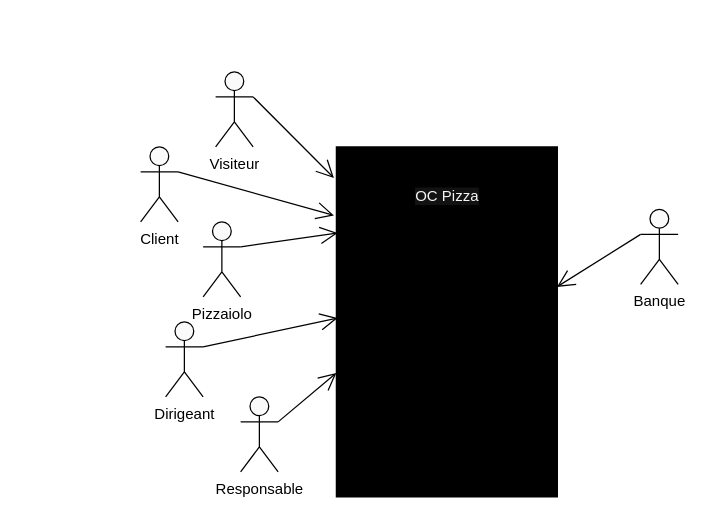
Above: diagrams/context/contextDiagram.drawio in gsagot/oc_p6_ocPizza (draw.io), before the change. Source tidied: cells renumbered, new cells numbered last; positions are measured from the earlier drawing's top-left corner, leaving out a move shared by most shapes. Both pictures are drawn from the tidied source at 125%, with x=0, y=0 at pixel (140, 71).
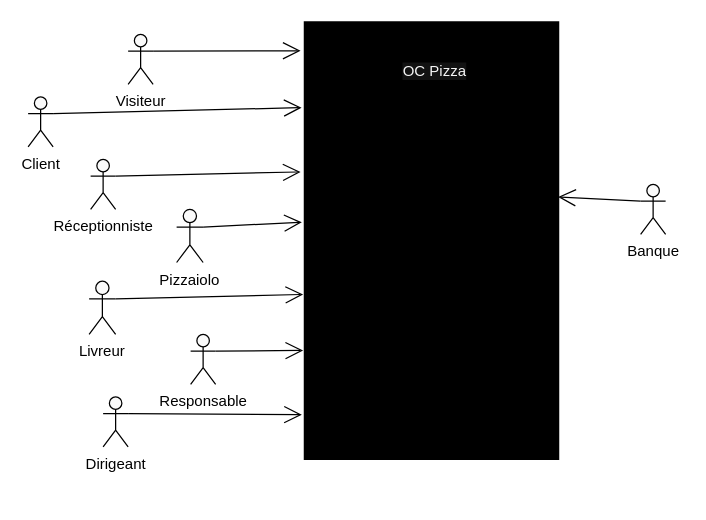
Above is the later version.

Diff of the diagram source:
```diff
@@
 <mxGraphModel>
   <root>
     <mxCell id="0" />
     <mxCell id="1" parent="0" />
-    <mxCell id="2" style="verticalLabelPosition=bottom;verticalAlign=top;html=1;shape=mxgraph.basic.rect;fillColor2=none;strokeWidth=1;size=20;indent=5;fillColor=#000000;" parent="1" vertex="1">
-      <mxGeometry x="156.6" y="60" width="176.8" height="280" as="geometry" />
-    </mxCell>
+    <mxCell id="16" style="verticalLabelPosition=bottom;verticalAlign=top;html=1;shape=mxgraph.basic.rect;fillColor2=none;strokeWidth=1;size=20;indent=5;fillColor=#000000;" parent="1" vertex="1">
+      <mxGeometry x="131" y="-40" width="203.4" height="350" as="geometry" />
+    </mxCell>
     <mxCell id="3" value="&lt;span style=&quot;background-color: rgb(18 , 18 , 18)&quot;&gt;&lt;font color=&quot;#f5f5f5&quot;&gt;OC Pizza&lt;/font&gt;&lt;/span&gt;" style="text;html=1;align=center;verticalAlign=middle;strokeColor=none;fillColor=#000000;" parent="1" vertex="1">
-      <mxGeometry x="210" y="90" width="70" height="20" as="geometry" />
+      <mxGeometry x="200" y="-10" width="70" height="20" as="geometry" />
     </mxCell>
     <mxCell id="4" value="Client" style="shape=umlActor;verticalLabelPosition=bottom;verticalAlign=top;html=1;fillColor=#FAFAFA;" parent="1" vertex="1">
-      <mxGeometry y="60" width="30" height="60" as="geometry" />
+      <mxGeometry x="-90" y="20" width="20" height="40" as="geometry" />
     </mxCell>
     <mxCell id="5" value="Visiteur" style="shape=umlActor;verticalLabelPosition=bottom;verticalAlign=top;html=1;fillColor=#FAFAFA;" parent="1" vertex="1">
-      <mxGeometry x="60" width="30" height="60" as="geometry" />
+      <mxGeometry x="-10" y="-30" width="20" height="40" as="geometry" />
     </mxCell>
     <mxCell id="6" value="Responsable" style="shape=umlActor;verticalLabelPosition=bottom;verticalAlign=top;html=1;fillColor=#FAFAFA;" parent="1" vertex="1">
-      <mxGeometry x="80" y="260" width="30" height="60" as="geometry" />
+      <mxGeometry x="40" y="210" width="20" height="40" as="geometry" />
     </mxCell>
     <mxCell id="7" value="Pizzaiolo" style="shape=umlActor;verticalLabelPosition=bottom;verticalAlign=top;html=1;fillColor=#FAFAFA;" parent="1" vertex="1">
-      <mxGeometry x="50" y="120" width="30" height="60" as="geometry" />
+      <mxGeometry x="28.8" y="110" width="21.2" height="42.5" as="geometry" />
     </mxCell>
     <mxCell id="8" value="Dirigeant" style="shape=umlActor;verticalLabelPosition=bottom;verticalAlign=top;html=1;fillColor=#FAFAFA;" parent="1" vertex="1">
-      <mxGeometry x="20" y="200" width="30" height="60" as="geometry" />
+      <mxGeometry x="-30" y="260" width="20" height="40" as="geometry" />
     </mxCell>
-    <mxCell id="9" style="endArrow=open;endFill=1;endSize=12;html=1;exitX=1;exitY=0.3333333333333333;exitDx=0;exitDy=0;exitPerimeter=0;entryX=-0.011;entryY=0.089;entryDx=0;entryDy=0;entryPerimeter=0;" parent="1" edge="1" source="5" target="2">
-      <mxGeometry relative="1" as="geometry" />
-    </mxCell>
-    <mxCell id="10" style="endArrow=open;endFill=1;endSize=12;html=1;exitX=1;exitY=0.3333333333333333;exitDx=0;exitDy=0;exitPerimeter=0;entryX=-0.011;entryY=0.196;entryDx=0;entryDy=0;entryPerimeter=0;" parent="1" edge="1" source="4" target="2">
-      <mxGeometry relative="1" as="geometry" />
-    </mxCell>
-    <mxCell id="11" style="endArrow=open;endFill=1;endSize=12;html=1;exitX=1;exitY=0.3333333333333333;exitDx=0;exitDy=0;exitPerimeter=0;entryX=0.006;entryY=0.246;entryDx=0;entryDy=0;entryPerimeter=0;" parent="1" edge="1" source="7" target="2">
-      <mxGeometry relative="1" as="geometry" />
-    </mxCell>
-    <mxCell id="12" style="endArrow=open;endFill=1;endSize=12;html=1;exitX=1;exitY=0.3333333333333333;exitDx=0;exitDy=0;exitPerimeter=0;entryX=0.006;entryY=0.489;entryDx=0;entryDy=0;entryPerimeter=0;" parent="1" edge="1" source="8" target="2">
-      <mxGeometry relative="1" as="geometry" />
-    </mxCell>
-    <mxCell id="13" style="endArrow=open;endFill=1;endSize=12;html=1;exitX=1;exitY=0.3333333333333333;exitDx=0;exitDy=0;exitPerimeter=0;entryX=0;entryY=0.646;entryDx=0;entryDy=0;entryPerimeter=0;" parent="1" edge="1" source="6" target="2">
-      <mxGeometry relative="1" as="geometry" />
-    </mxCell>
+    <mxCell id="17" style="endArrow=open;endFill=1;endSize=12;html=1;exitX=1;exitY=0.3333333333333333;exitDx=0;exitDy=0;exitPerimeter=0;entryX=-0.015;entryY=0.066;entryDx=0;entryDy=0;entryPerimeter=0;" parent="1" edge="1" source="5" target="16">
+      <mxGeometry relative="1" as="geometry" />
+    </mxCell>
+    <mxCell id="18" style="endArrow=open;endFill=1;endSize=12;html=1;exitX=1;exitY=0.3333333333333333;exitDx=0;exitDy=0;exitPerimeter=0;entryX=-0.011;entryY=0.196;entryDx=0;entryDy=0;entryPerimeter=0;" parent="1" edge="1" source="4" target="16">
+      <mxGeometry relative="1" as="geometry" />
+    </mxCell>
+    <mxCell id="19" style="endArrow=open;endFill=1;endSize=12;html=1;exitX=1;exitY=0.3333333333333333;exitDx=0;exitDy=0;exitPerimeter=0;entryX=-0.01;entryY=0.458;entryDx=0;entryDy=0;entryPerimeter=0;" parent="1" edge="1" source="7" target="16">
+      <mxGeometry relative="1" as="geometry" />
+    </mxCell>
+    <mxCell id="20" style="endArrow=open;endFill=1;endSize=12;html=1;exitX=1;exitY=0.3333333333333333;exitDx=0;exitDy=0;exitPerimeter=0;entryX=-0.01;entryY=0.898;entryDx=0;entryDy=0;entryPerimeter=0;" parent="1" edge="1" source="8" target="16">
+      <mxGeometry relative="1" as="geometry" />
+    </mxCell>
+    <mxCell id="21" style="endArrow=open;endFill=1;endSize=12;html=1;exitX=1;exitY=0.3333333333333333;exitDx=0;exitDy=0;exitPerimeter=0;entryX=-0.005;entryY=0.751;entryDx=0;entryDy=0;entryPerimeter=0;" parent="1" edge="1" source="6" target="16">
+      <mxGeometry relative="1" as="geometry" />
+    </mxCell>
     <mxCell id="14" value="Banque" style="shape=umlActor;verticalLabelPosition=bottom;verticalAlign=top;html=1;fillColor=#FAFAFA;" parent="1" vertex="1">
-      <mxGeometry x="400" y="110" width="30" height="60" as="geometry" />
+      <mxGeometry x="400" y="90" width="20" height="40" as="geometry" />
     </mxCell>
-    <mxCell id="15" style="endArrow=open;endFill=1;endSize=12;html=1;exitX=0;exitY=0.3333333333333333;exitDx=0;exitDy=0;exitPerimeter=0;entryX=0.998;entryY=0.4;entryDx=0;entryDy=0;entryPerimeter=0;" parent="1" edge="1" source="14" target="2">
-      <mxGeometry relative="1" as="geometry" />
-    </mxCell>
+    <mxCell id="22" style="endArrow=open;endFill=1;endSize=12;html=1;exitX=0;exitY=0.3333333333333333;exitDx=0;exitDy=0;exitPerimeter=0;entryX=0.998;entryY=0.4;entryDx=0;entryDy=0;entryPerimeter=0;" parent="1" edge="1" source="14" target="16">
+      <mxGeometry relative="1" as="geometry" />
+    </mxCell>
+    <mxCell id="23" value="Réceptionniste" style="shape=umlActor;verticalLabelPosition=bottom;verticalAlign=top;html=1;fillColor=#FAFAFA;" parent="1" vertex="1">
+      <mxGeometry x="-40" y="70" width="20" height="40" as="geometry" />
+    </mxCell>
+    <mxCell id="24" style="endArrow=open;endFill=1;endSize=12;html=1;exitX=1;exitY=0.3333333333333333;exitDx=0;exitDy=0;exitPerimeter=0;entryX=-0.015;entryY=0.343;entryDx=0;entryDy=0;entryPerimeter=0;" parent="1" edge="1" source="23" target="16">
+      <mxGeometry relative="1" as="geometry" />
+    </mxCell>
+    <mxCell id="25" value="Livreur" style="shape=umlActor;verticalLabelPosition=bottom;verticalAlign=top;html=1;fillColor=#FAFAFA;" parent="1" vertex="1">
+      <mxGeometry x="-41.2" y="167.5" width="21.2" height="42.5" as="geometry" />
+    </mxCell>
+    <mxCell id="26" style="endArrow=open;endFill=1;endSize=12;html=1;exitX=1;exitY=0.3333333333333333;exitDx=0;exitDy=0;exitPerimeter=0;entryX=-0.005;entryY=0.623;entryDx=0;entryDy=0;entryPerimeter=0;" parent="1" edge="1" source="25" target="16">
+      <mxGeometry relative="1" as="geometry" />
+    </mxCell>
   </root>
 </mxGraphModel>
```
